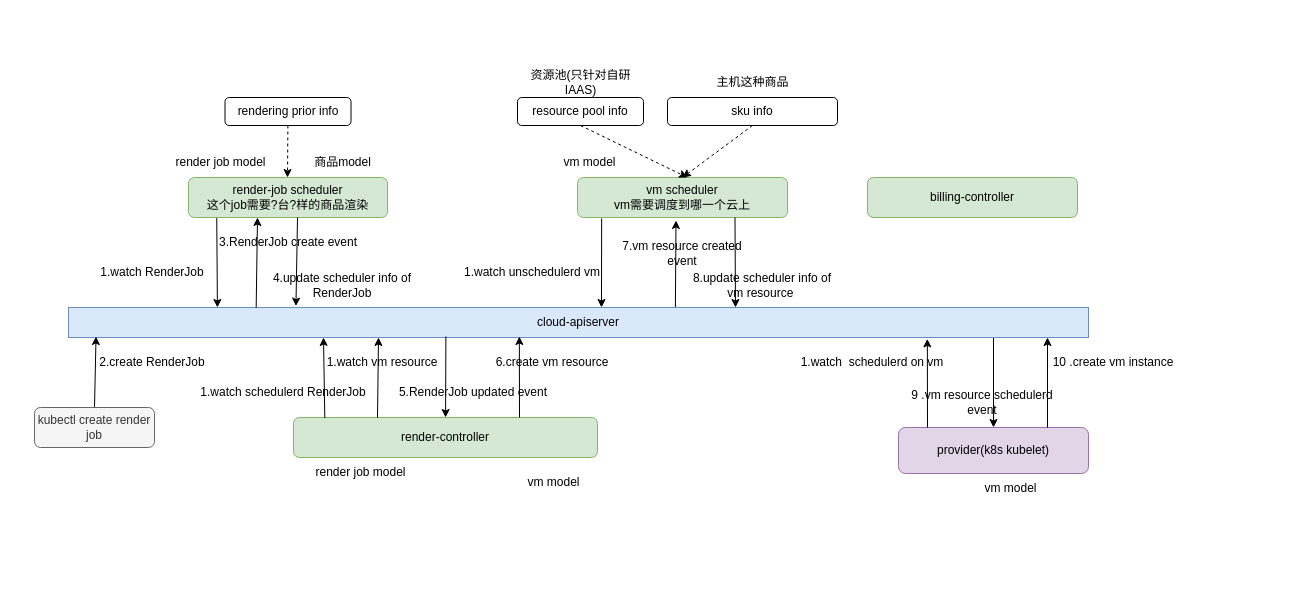
Earlier version of the draw.io diagram page "第 2 页" (2 of 2) of cloud-datastruct/未命名绘图.drawio (pengcong08/design-doc). Source tidied: cells renumbered, new cells numbered last; positions are measured from the earlier drawing's top-left corner, leaving out a move shared by most shapes. Both pictures are drawn from the tidied source at 100%, with x=0, y=0 at pixel (34, 67).
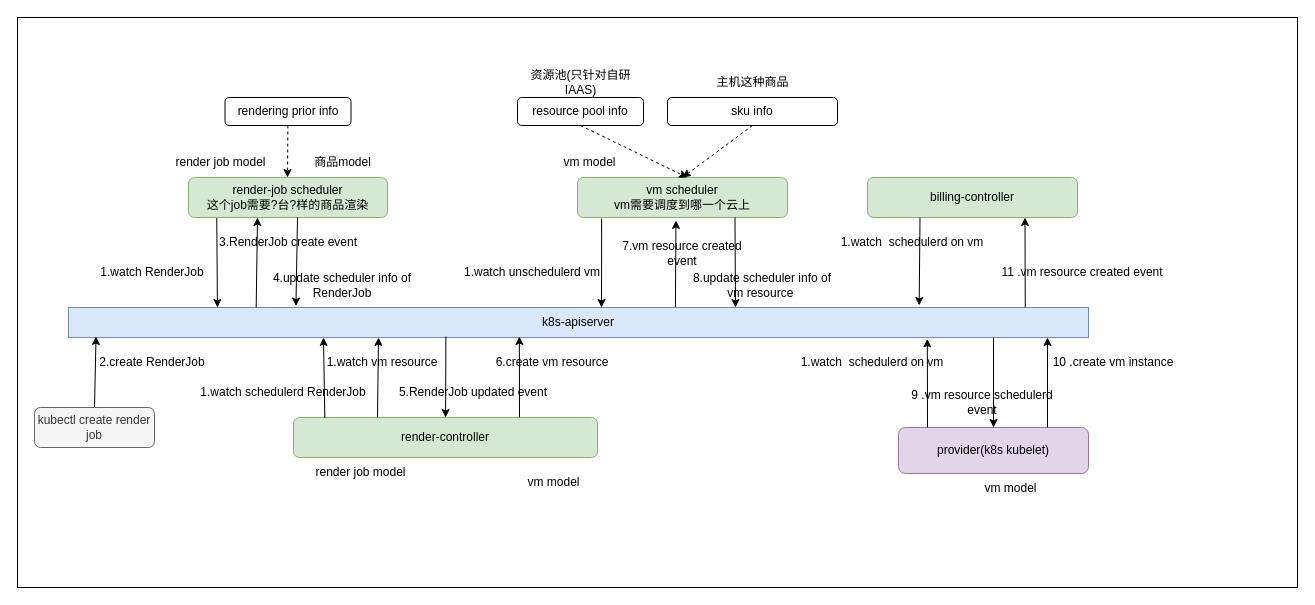
The same page after the edit.

Commit message:
更新未命名绘图.drawio

Unchanged cells that the change refers to:
```xml
<mxCell id="50" value="billing-controller" style="rounded=1;whiteSpace=wrap;html=1;fillColor=#d5e8d4;strokeColor=#82b366;" parent="1" vertex="1">
  <mxGeometry x="833" y="110" width="210" height="40" as="geometry" />
</mxCell>
```

Change to the diagram source:
```diff
@@
+    <mxCell id="51" style="rounded=0;whiteSpace=wrap;html=1;" parent="1" vertex="1">
+      <mxGeometry x="-17" y="-50" width="1280" height="570" as="geometry" />
+    </mxCell>
@@
-    <mxCell id="16" value="cloud-apiserver" style="rounded=0;whiteSpace=wrap;html=1;fillColor=#dae8fc;strokeColor=#6c8ebf;" parent="1" vertex="1">
+    <mxCell id="16" value="k8s-apiserver" style="rounded=0;whiteSpace=wrap;html=1;fillColor=#dae8fc;strokeColor=#6c8ebf;" parent="1" vertex="1">
       <mxGeometry x="34" y="240" width="1020" height="30" as="geometry" />
     </mxCell>
@@
+    <mxCell id="52" style="endArrow=classic;html=1;rounded=0;exitX=0.25;exitY=1;exitDx=0;exitDy=0;entryX=0.834;entryY=-0.067;entryDx=0;entryDy=0;entryPerimeter=0;" parent="1" edge="1" source="50" target="16">
+      <mxGeometry relative="1" as="geometry" />
+    </mxCell>
+    <mxCell id="53" value="1.watch&amp;nbsp; schedulerd on vm" style="text;html=1;strokeColor=none;fillColor=none;align=center;verticalAlign=middle;whiteSpace=wrap;rounded=0;" parent="1" vertex="1">
+      <mxGeometry x="803" y="160" width="150" height="30" as="geometry" />
+    </mxCell>
+    <mxCell id="54" style="endArrow=classic;html=1;rounded=0;entryX=0.75;entryY=1;entryDx=0;entryDy=0;exitX=0.938;exitY=0;exitDx=0;exitDy=0;exitPerimeter=0;" parent="1" edge="1" source="16" target="50">
+      <mxGeometry relative="1" as="geometry" />
+    </mxCell>
+    <mxCell id="55" value="11 .vm resource created event" style="text;html=1;strokeColor=none;fillColor=none;align=center;verticalAlign=middle;whiteSpace=wrap;rounded=0;" parent="1" vertex="1">
+      <mxGeometry x="953" y="190" width="190" height="30" as="geometry" />
+    </mxCell>
```
